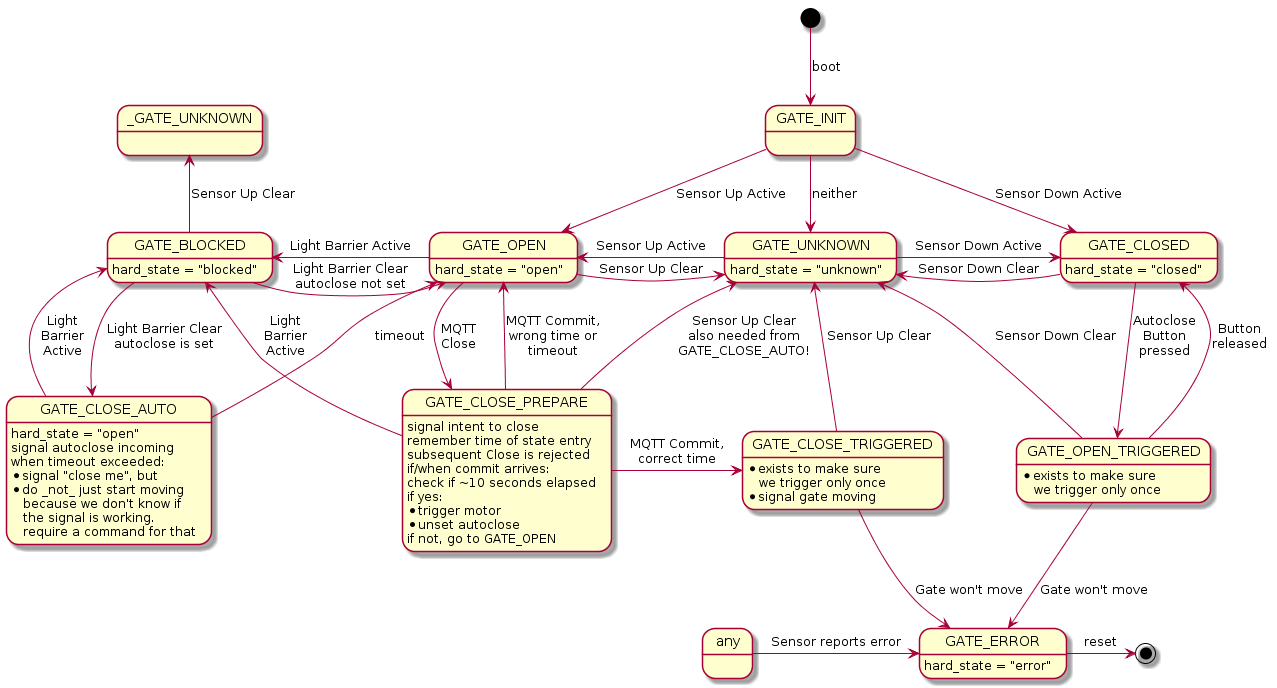
Before: docs/statemachine.png, a diagram exported from PlantUML (Svedrin/gatecontrol). The source it was exported from:
```plantuml
@startuml statemachine

[*] --> GATE_INIT : boot

GATE_INIT    -down-> GATE_CLOSED   : Sensor Down Active
GATE_INIT    -down-> GATE_OPEN     : Sensor Up Active
GATE_INIT    -down-> GATE_UNKNOWN  : neither

GATE_BLOCKED -right-> GATE_OPEN    : Light Barrier Clear\nautoclose not set
GATE_OPEN    -left->  GATE_BLOCKED : Light Barrier Active
GATE_BLOCKED -up->   _GATE_UNKNOWN : Sensor Up Clear

GATE_UNKNOWN -right-> GATE_CLOSED  : Sensor Down Active
GATE_CLOSED  -left->  GATE_UNKNOWN : Sensor Down Clear

GATE_OPEN    -right-> GATE_UNKNOWN : Sensor Up Clear
GATE_UNKNOWN -left->  GATE_OPEN    : Sensor Up Active

GATE_OPEN:    hard_state = "open"
GATE_UNKNOWN: hard_state = "unknown"
GATE_CLOSED:  hard_state = "closed"
GATE_BLOCKED: hard_state = "blocked"


GATE_BLOCKED    -down->  GATE_CLOSE_AUTO    : Light Barrier Clear\nautoclose is set
GATE_CLOSE_AUTO -up->    GATE_BLOCKED       : Light\nBarrier\nActive
GATE_CLOSE_AUTO -up->    GATE_OPEN          : timeout
GATE_CLOSE_AUTO : hard_state = "open"
GATE_CLOSE_AUTO : signal autoclose incoming
GATE_CLOSE_AUTO : when timeout exceeded:
GATE_CLOSE_AUTO : * signal "close me", but
GATE_CLOSE_AUTO : * do _not_ just start moving\n   because we don't know if\n   the signal is working.\n   require a command for that

GATE_OPEN    -down->  GATE_CLOSE_PREPARE : MQTT\nClose
GATE_CLOSE_PREPARE: signal intent to close
GATE_CLOSE_PREPARE: remember time of state entry
GATE_CLOSE_PREPARE: subsequent Close is rejected
GATE_CLOSE_PREPARE: if/when commit arrives:
GATE_CLOSE_PREPARE: check if ~10 seconds elapsed
GATE_CLOSE_PREPARE: if yes:
GATE_CLOSE_PREPARE: * trigger motor
GATE_CLOSE_PREPARE: * unset autoclose
GATE_CLOSE_PREPARE: if not, go to GATE_OPEN

GATE_CLOSE_PREPARE   -up->     GATE_BLOCKED         : Light\nBarrier\nActive
GATE_CLOSE_PREPARE   -up->     GATE_UNKNOWN         : Sensor Up Clear\nalso needed from\nGATE_CLOSE_AUTO!
GATE_CLOSE_PREPARE   -up->     GATE_OPEN            : MQTT Commit,\nwrong time or\ntimeout
GATE_CLOSE_PREPARE   -right->  GATE_CLOSE_TRIGGERED : MQTT Commit,\ncorrect time

GATE_CLOSE_TRIGGERED -up->     GATE_UNKNOWN         : Sensor Up Clear
GATE_CLOSE_TRIGGERED -down->   GATE_ERROR           : Gate won't move
GATE_CLOSE_TRIGGERED: * exists to make sure\n   we trigger only once
GATE_CLOSE_TRIGGERED: * signal gate moving

GATE_ERROR           -right->  [*] : reset
GATE_ERROR: hard_state = "error"

GATE_CLOSED         -down-> GATE_OPEN_TRIGGERED : Autoclose\nButton\npressed
GATE_OPEN_TRIGGERED -up->   GATE_CLOSED         : Button\nreleased
GATE_OPEN_TRIGGERED -up->   GATE_UNKNOWN        : Sensor Down Clear
GATE_OPEN_TRIGGERED -down-> GATE_ERROR          : Gate won't move
GATE_OPEN_TRIGGERED: * exists to make sure\n   we trigger only once

any -right-> GATE_ERROR : Sensor reports error

@enduml
```
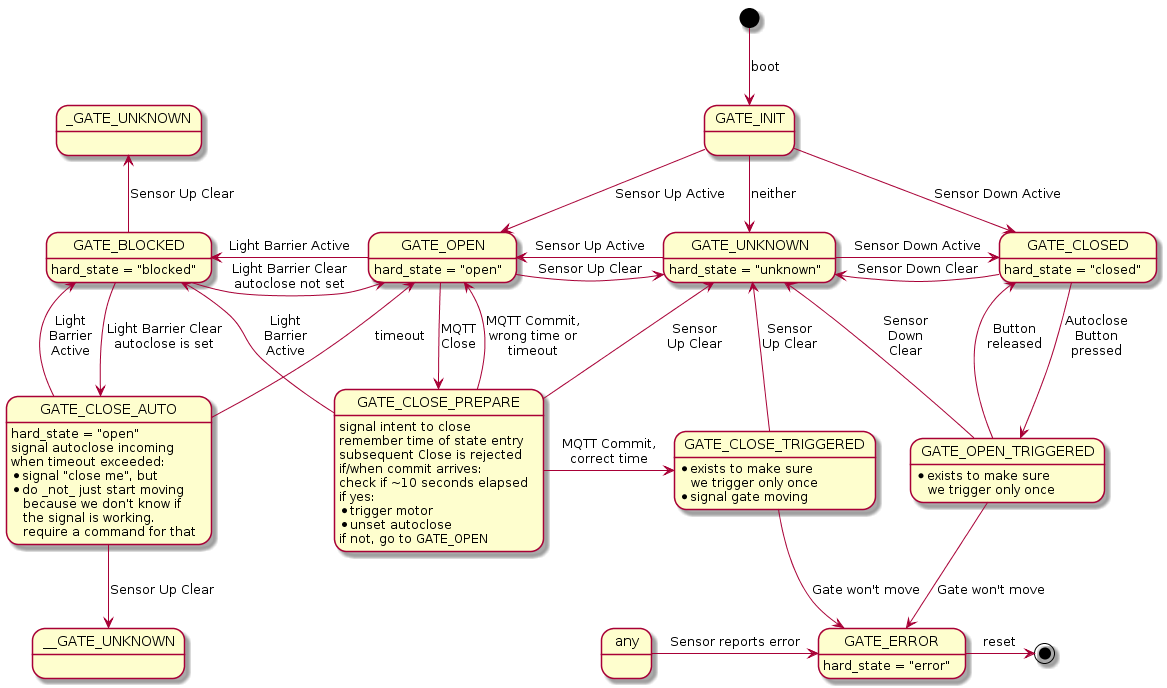
The same file after the commit.

Commit message:
add GATE_CLOSE_AUTO -> GATE_UNKNOWN

What changed in the source:
```diff
@@ -25,6 +25,7 @@
 GATE_BLOCKED    -down->  GATE_CLOSE_AUTO    : Light Barrier Clear\nautoclose is set
 GATE_CLOSE_AUTO -up->    GATE_BLOCKED       : Light\nBarrier\nActive
 GATE_CLOSE_AUTO -up->    GATE_OPEN          : timeout
+GATE_CLOSE_AUTO -down-> __GATE_UNKNOWN      : Sensor Up Clear
 GATE_CLOSE_AUTO : hard_state = "open"
 GATE_CLOSE_AUTO : signal autoclose incoming
 GATE_CLOSE_AUTO : when timeout exceeded:
@@ -43,11 +44,11 @@
 GATE_CLOSE_PREPARE: if not, go to GATE_OPEN
 
 GATE_CLOSE_PREPARE   -up->     GATE_BLOCKED         : Light\nBarrier\nActive
-GATE_CLOSE_PREPARE   -up->     GATE_UNKNOWN         : Sensor Up Clear\nalso needed from\nGATE_CLOSE_AUTO!
+GATE_CLOSE_PREPARE   -up->     GATE_UNKNOWN         : Sensor\nUp Clear
 GATE_CLOSE_PREPARE   -up->     GATE_OPEN            : MQTT Commit,\nwrong time or\ntimeout
 GATE_CLOSE_PREPARE   -right->  GATE_CLOSE_TRIGGERED : MQTT Commit,\ncorrect time
 
-GATE_CLOSE_TRIGGERED -up->     GATE_UNKNOWN         : Sensor Up Clear
+GATE_CLOSE_TRIGGERED -up->     GATE_UNKNOWN         : Sensor\nUp Clear
 GATE_CLOSE_TRIGGERED -down->   GATE_ERROR           : Gate won't move
 GATE_CLOSE_TRIGGERED: * exists to make sure\n   we trigger only once
 GATE_CLOSE_TRIGGERED: * signal gate moving
@@ -57,7 +58,7 @@
 
 GATE_CLOSED         -down-> GATE_OPEN_TRIGGERED : Autoclose\nButton\npressed
 GATE_OPEN_TRIGGERED -up->   GATE_CLOSED         : Button\nreleased
-GATE_OPEN_TRIGGERED -up->   GATE_UNKNOWN        : Sensor Down Clear
+GATE_OPEN_TRIGGERED -up->   GATE_UNKNOWN        : Sensor\nDown\nClear
 GATE_OPEN_TRIGGERED -down-> GATE_ERROR          : Gate won't move
 GATE_OPEN_TRIGGERED: * exists to make sure\n   we trigger only once
 
```
